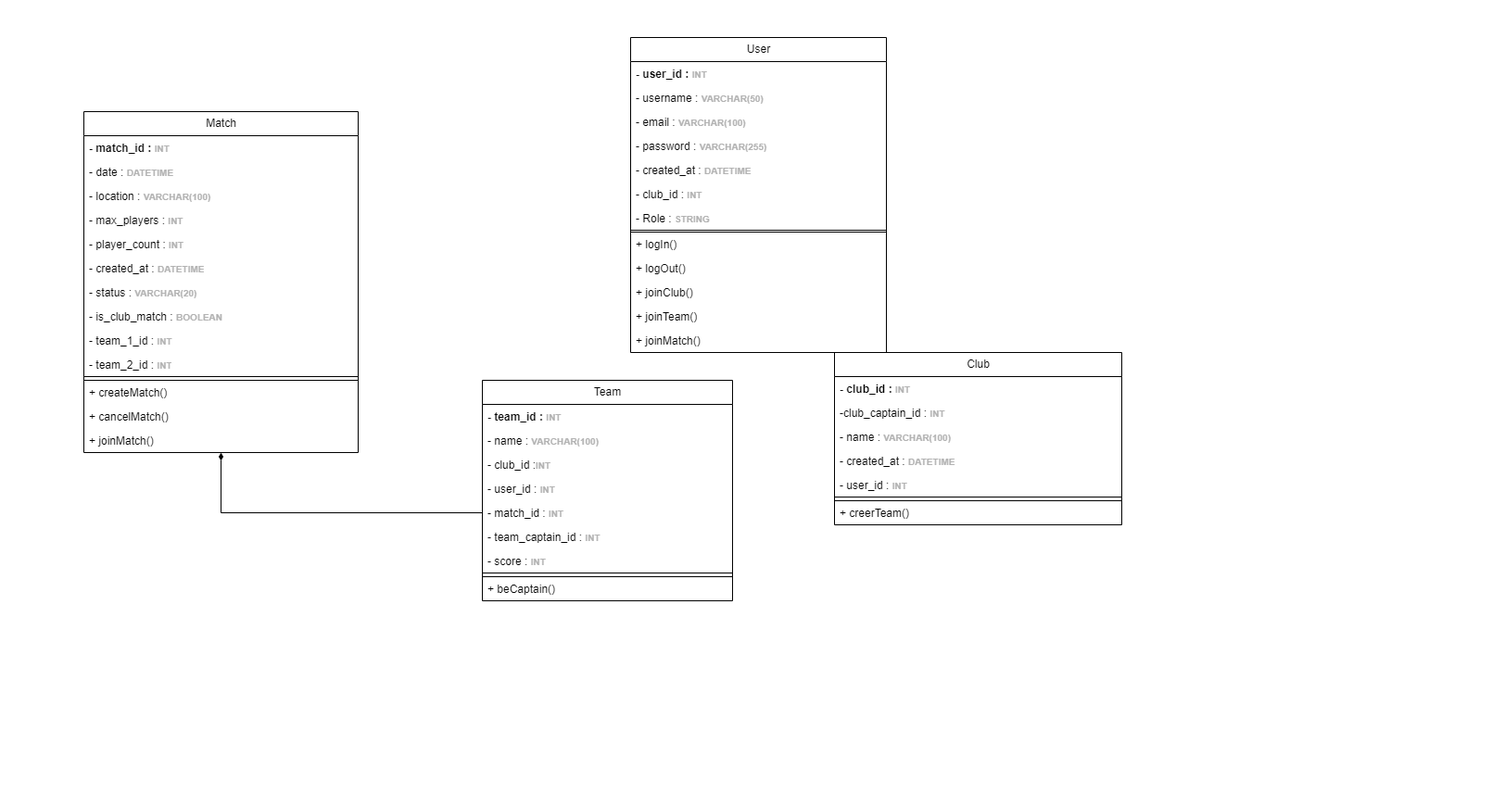
Above: UML Classes.drawio.png in Mathistrg/Styx (draw.io), before the change. Source tidied: cells renumbered, new cells last; positions are measured from the earlier drawing's top-left corner, leaving out a move shared by most shapes.
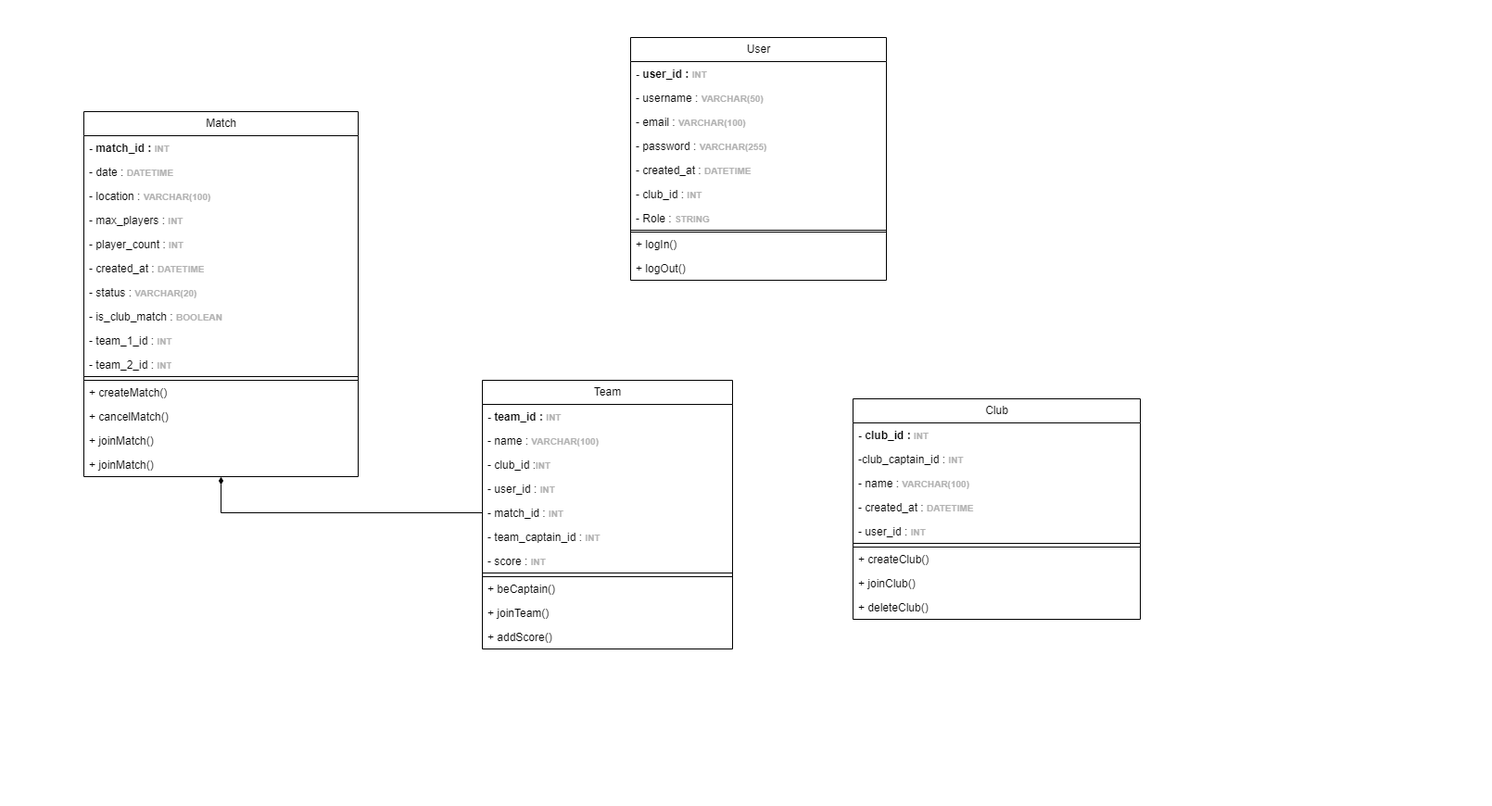
After the change.

Commit message:
Mettre à jour UML Classes.drawio.png

The edit, as a diff of the source:
```diff
@@ -6,7 +6,7 @@
       <mxGeometry width="1610" height="870" as="geometry" />
     </mxCell>
     <mxCell id="3" value="User" style="swimlane;fontStyle=0;horizontal=1;startSize=26;fillColor=none;html=1;" parent="1" vertex="1">
-      <mxGeometry x="680" y="40" width="276" height="340" as="geometry" />
+      <mxGeometry x="680" y="40" width="276" height="262" as="geometry" />
     </mxCell>
     <mxCell id="4" value="&lt;b&gt;- user_id&lt;span style=&quot;white-space: pre;&quot;&gt;&#9;&lt;/span&gt;:&amp;nbsp;&lt;font style=&quot;font-size: 10px; color: rgb(179, 179, 179);&quot;&gt;INT&amp;nbsp;&lt;/font&gt;&lt;/b&gt;" style="text;strokeColor=none;fillColor=none;align=left;verticalAlign=top;spacingLeft=4;spacingRight=4;overflow=hidden;whiteSpace=wrap;html=1;" parent="3" vertex="1">
       <mxGeometry y="26" width="276" height="26" as="geometry" />
@@ -38,17 +38,8 @@
     <mxCell id="13" value="+ logOut()" style="text;strokeColor=none;fillColor=none;align=left;verticalAlign=top;spacingLeft=4;spacingRight=4;overflow=hidden;whiteSpace=wrap;html=1;" parent="3" vertex="1">
       <mxGeometry y="236" width="276" height="26" as="geometry" />
     </mxCell>
-    <mxCell id="14" value="+ joinClub()" style="text;strokeColor=none;fillColor=none;align=left;verticalAlign=top;spacingLeft=4;spacingRight=4;overflow=hidden;whiteSpace=wrap;html=1;" parent="3" vertex="1">
-      <mxGeometry y="262" width="276" height="26" as="geometry" />
-    </mxCell>
-    <mxCell id="15" value="+ joinTeam()" style="text;strokeColor=none;fillColor=none;align=left;verticalAlign=top;spacingLeft=4;spacingRight=4;overflow=hidden;whiteSpace=wrap;html=1;" parent="3" vertex="1">
-      <mxGeometry y="288" width="276" height="26" as="geometry" />
-    </mxCell>
-    <mxCell id="16" value="+ joinMatch()" style="text;strokeColor=none;fillColor=none;align=left;verticalAlign=top;spacingLeft=4;spacingRight=4;overflow=hidden;whiteSpace=wrap;html=1;" parent="3" vertex="1">
-      <mxGeometry y="314" width="276" height="26" as="geometry" />
-    </mxCell>
     <mxCell id="17" value="Match" style="swimlane;fontStyle=0;horizontal=1;startSize=26;fillColor=none;html=1;" parent="1" vertex="1">
-      <mxGeometry x="90" y="120" width="296" height="368" as="geometry" />
+      <mxGeometry x="90" y="120" width="296" height="394" as="geometry" />
     </mxCell>
     <mxCell id="18" value="&lt;b&gt;- match_id :&amp;nbsp;&lt;/b&gt;&lt;b style=&quot;color: rgb(179, 179, 179); font-size: 10px;&quot;&gt;INT&lt;/b&gt;" style="text;strokeColor=none;fillColor=none;align=left;verticalAlign=top;spacingLeft=4;spacingRight=4;overflow=hidden;whiteSpace=wrap;html=1;" parent="17" vertex="1">
       <mxGeometry y="26" width="296" height="26" as="geometry" />
@@ -92,8 +83,11 @@
     <mxCell id="31" value="+ joinMatch()" style="text;strokeColor=none;fillColor=none;align=left;verticalAlign=top;spacingLeft=4;spacingRight=4;overflow=hidden;whiteSpace=wrap;html=1;" parent="17" vertex="1">
       <mxGeometry y="342" width="296" height="26" as="geometry" />
     </mxCell>
+    <mxCell id="16" value="+ joinMatch()" style="text;strokeColor=none;fillColor=none;align=left;verticalAlign=top;spacingLeft=4;spacingRight=4;overflow=hidden;whiteSpace=wrap;html=1;" parent="17" vertex="1">
+      <mxGeometry y="368" width="296" height="26" as="geometry" />
+    </mxCell>
     <mxCell id="32" value="Club" style="swimlane;fontStyle=0;horizontal=1;startSize=26;fillColor=none;html=1;" parent="1" vertex="1">
-      <mxGeometry x="900" y="380" width="310" height="186" as="geometry" />
+      <mxGeometry x="920" y="430" width="310" height="238" as="geometry" />
     </mxCell>
     <mxCell id="33" value="&lt;b&gt;- club_id :&amp;nbsp;&lt;font color=&quot;#b3b3b3&quot;&gt;&lt;span style=&quot;font-size: 10px;&quot;&gt;INT&amp;nbsp;&lt;/span&gt;&lt;/font&gt;&lt;/b&gt;" style="text;strokeColor=none;fillColor=none;align=left;verticalAlign=top;spacingLeft=4;spacingRight=4;overflow=hidden;whiteSpace=wrap;html=1;" parent="32" vertex="1">
       <mxGeometry y="26" width="310" height="26" as="geometry" />
@@ -113,11 +107,17 @@
     <mxCell id="38" value="user_id&lt;span style=&quot;white-space: pre;&quot;&gt;&#9;&lt;/span&gt;&lt;span style=&quot;white-space: pre;&quot;&gt;&#9;&lt;/span&gt;&lt;b style=&quot;color: rgb(179, 179, 179); font-size: 10px;&quot;&gt;INT&amp;nbsp;&lt;/b&gt;" style="text;strokeColor=default;fillColor=none;align=left;verticalAlign=top;spacingLeft=4;spacingRight=4;overflow=hidden;whiteSpace=wrap;html=1;" parent="32" vertex="1">
       <mxGeometry y="156" width="310" height="4" as="geometry" />
     </mxCell>
-    <mxCell id="39" value="+ creerTeam()" style="text;strokeColor=none;fillColor=none;align=left;verticalAlign=top;spacingLeft=4;spacingRight=4;overflow=hidden;whiteSpace=wrap;html=1;" parent="32" vertex="1">
+    <mxCell id="39" value="+ createClub()" style="text;strokeColor=none;fillColor=none;align=left;verticalAlign=top;spacingLeft=4;spacingRight=4;overflow=hidden;whiteSpace=wrap;html=1;" parent="32" vertex="1">
       <mxGeometry y="160" width="310" height="26" as="geometry" />
     </mxCell>
+    <mxCell id="14" value="+ joinClub()" style="text;strokeColor=none;fillColor=none;align=left;verticalAlign=top;spacingLeft=4;spacingRight=4;overflow=hidden;whiteSpace=wrap;html=1;" parent="32" vertex="1">
+      <mxGeometry y="186" width="310" height="26" as="geometry" />
+    </mxCell>
+    <mxCell id="51" value="+ deleteClub()" style="text;strokeColor=none;fillColor=none;align=left;verticalAlign=top;spacingLeft=4;spacingRight=4;overflow=hidden;whiteSpace=wrap;html=1;" parent="32" vertex="1">
+      <mxGeometry y="212" width="310" height="26" as="geometry" />
+    </mxCell>
     <mxCell id="40" value="Team" style="swimlane;fontStyle=0;horizontal=1;startSize=26;fillColor=none;html=1;" parent="1" vertex="1">
-      <mxGeometry x="520" y="410" width="270" height="238" as="geometry" />
+      <mxGeometry x="520" y="410" width="270" height="290" as="geometry" />
     </mxCell>
     <mxCell id="41" value="&lt;b&gt;- team_id :&amp;nbsp;&lt;/b&gt;&lt;b style=&quot;color: rgb(179, 179, 179); font-size: 10px;&quot;&gt;INT&amp;nbsp;&lt;/b&gt;" style="text;strokeColor=none;fillColor=none;align=left;verticalAlign=top;spacingLeft=4;spacingRight=4;overflow=hidden;whiteSpace=wrap;html=1;" parent="40" vertex="1">
       <mxGeometry y="26" width="270" height="26" as="geometry" />
@@ -146,6 +146,12 @@
     <mxCell id="49" value="+ beCaptain()" style="text;strokeColor=none;fillColor=none;align=left;verticalAlign=top;spacingLeft=4;spacingRight=4;overflow=hidden;whiteSpace=wrap;html=1;" parent="40" vertex="1">
       <mxGeometry y="212" width="270" height="26" as="geometry" />
     </mxCell>
+    <mxCell id="15" value="+ joinTeam()" style="text;strokeColor=none;fillColor=none;align=left;verticalAlign=top;spacingLeft=4;spacingRight=4;overflow=hidden;whiteSpace=wrap;html=1;" parent="40" vertex="1">
+      <mxGeometry y="238" width="270" height="26" as="geometry" />
+    </mxCell>
+    <mxCell id="52" value="+ addScore()" style="text;strokeColor=none;fillColor=none;align=left;verticalAlign=top;spacingLeft=4;spacingRight=4;overflow=hidden;whiteSpace=wrap;html=1;" parent="40" vertex="1">
+      <mxGeometry y="264" width="270" height="26" as="geometry" />
+    </mxCell>
     <mxCell id="50" style="edgeStyle=orthogonalEdgeStyle;rounded=0;jettySize=auto;html=1;endArrow=diamondThin;endFill=1;strokeWidth=1;" parent="1" edge="1" source="45" target="17">
       <mxGeometry relative="1" as="geometry" />
     </mxCell>
```
